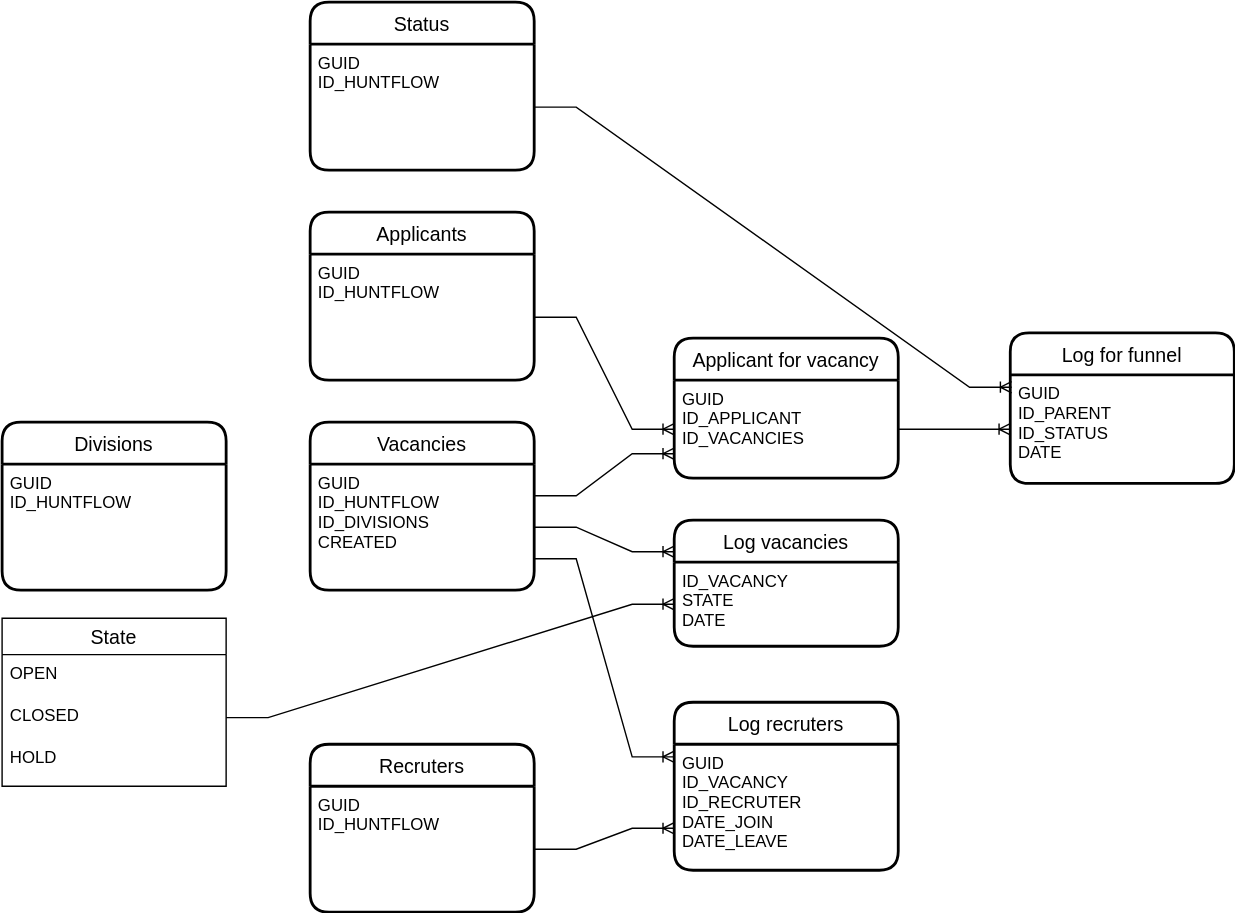
Before: er.drawio.svg, a diagram exported from draw.io (Rikanda/for_admitad). Source tidied: cells renumbered, new cells last; positions are measured from the earlier drawing's top-left corner, leaving out a move shared by most shapes.
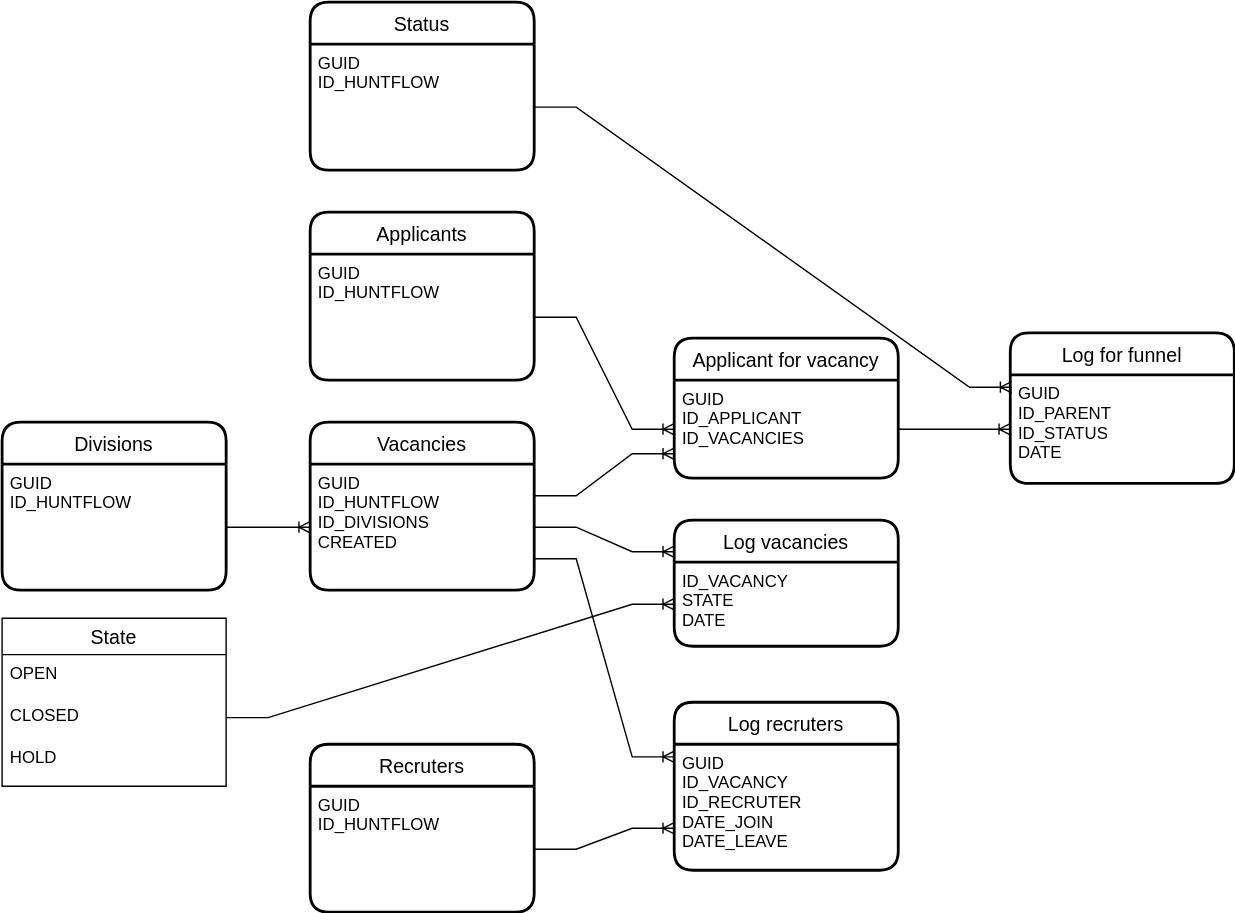
Later version of the same file.

What changed in the source:
```diff
@@ -94,5 +94,8 @@
         <mxPoint x="480" y="539" as="targetPoint" />
       </mxGeometry>
     </mxCell>
+    <mxCell id="32" style="edgeStyle=entityRelationEdgeStyle;fontSize=12;html=1;endArrow=ERoneToMany;rounded=0;exitX=1;exitY=0.5;exitDx=0;exitDy=0;entryX=0;entryY=0.5;entryDx=0;entryDy=0;" parent="1" edge="1" source="9" target="5">
+      <mxGeometry relative="1" as="geometry" />
+    </mxCell>
   </root>
 </mxGraphModel>
```
